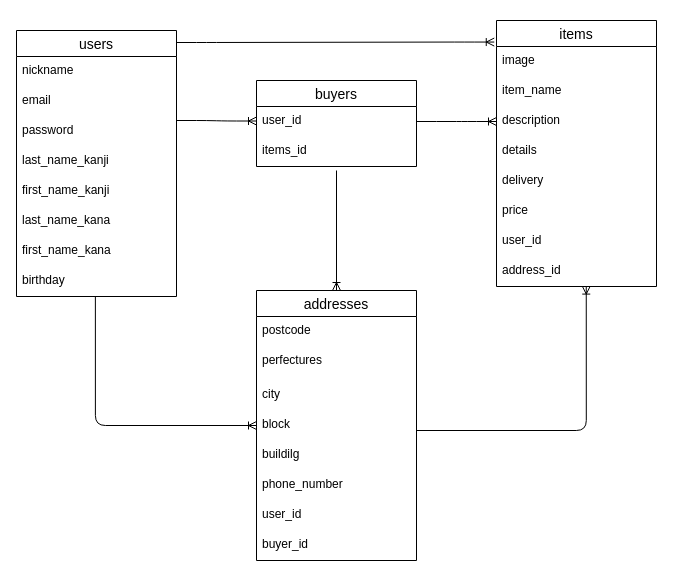
This is test.dio from asakobear11/furima-39299, a draw.io file, before an edit. Source tidied: cells renumbered, new cells numbered last; positions are measured from the earlier drawing's top-left corner, leaving out a move shared by most shapes. Both pictures are drawn from the tidied source at 100%, with x=0, y=0 at pixel (16, 20).
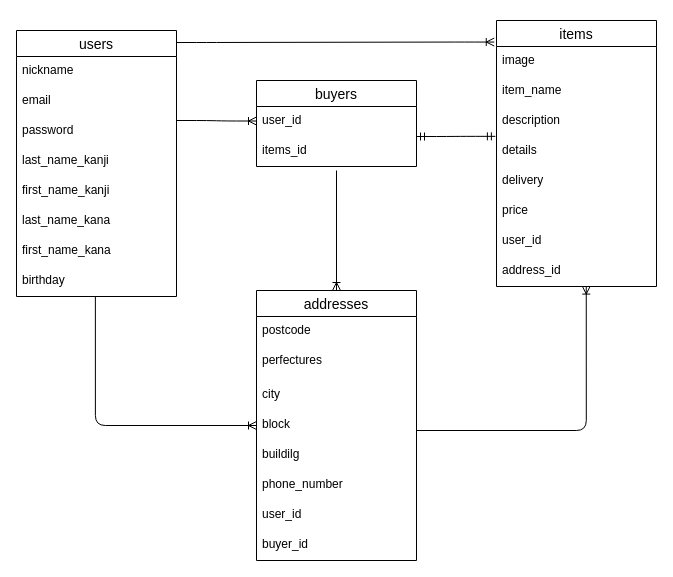
The same page after the edit.

Commit message (it also covers changes not shown here):
データベース設計訂正2

The change refers to these unchanged cells:
```xml
<mxCell id="12" value="user_id" style="text;strokeColor=none;fillColor=none;spacingLeft=4;spacingRight=4;overflow=hidden;points=[[0,0.5],[1,0.5]];portConstraint=eastwest;fontSize=12;" parent="11" vertex="1">
  <mxGeometry y="26" width="160" height="30" as="geometry" />
</mxCell>
<mxCell id="14" value="items" style="swimlane;fontStyle=0;horizontal=1;startSize=26;align=center;fontSize=14;" parent="1" vertex="1">
  <mxGeometry x="480" width="160" height="266" as="geometry" />
</mxCell>
<mxCell id="17" value="description" style="text;strokeColor=none;fillColor=none;spacingLeft=4;spacingRight=4;overflow=hidden;points=[[0,0.5],[1,0.5]];portConstraint=eastwest;fontSize=12;" parent="14" vertex="1">
  <mxGeometry y="86" width="160" height="30" as="geometry" />
</mxCell>
<mxCell id="18" value="details" style="text;strokeColor=none;fillColor=none;spacingLeft=4;spacingRight=4;overflow=hidden;points=[[0,0.5],[1,0.5]];portConstraint=eastwest;fontSize=12;" parent="14" vertex="1">
  <mxGeometry y="116" width="160" height="30" as="geometry" />
</mxCell>
```

Diff of the diagram source:
```diff
@@
+    <mxCell id="39" style="edgeStyle=entityRelationEdgeStyle;fontSize=12;html=1;endArrow=ERmandOne;startArrow=ERmandOne;entryX=-0.007;entryY=-0.005;entryDx=0;entryDy=0;entryPerimeter=0;" parent="14" edge="1" target="18">
+      <mxGeometry relative="1" as="geometry">
+        <mxPoint x="-80" y="116" as="sourcePoint" />
+      </mxGeometry>
+    </mxCell>
@@
-    <mxCell id="37" style="edgeStyle=entityRelationEdgeStyle;fontSize=12;html=1;endArrow=ERoneToMany;entryX=0;entryY=0.5;entryDx=0;entryDy=0;exitX=1;exitY=0.5;exitDx=0;exitDy=0;" parent="1" edge="1" source="12" target="17">
-      <mxGeometry relative="1" as="geometry" />
-    </mxCell>
```
